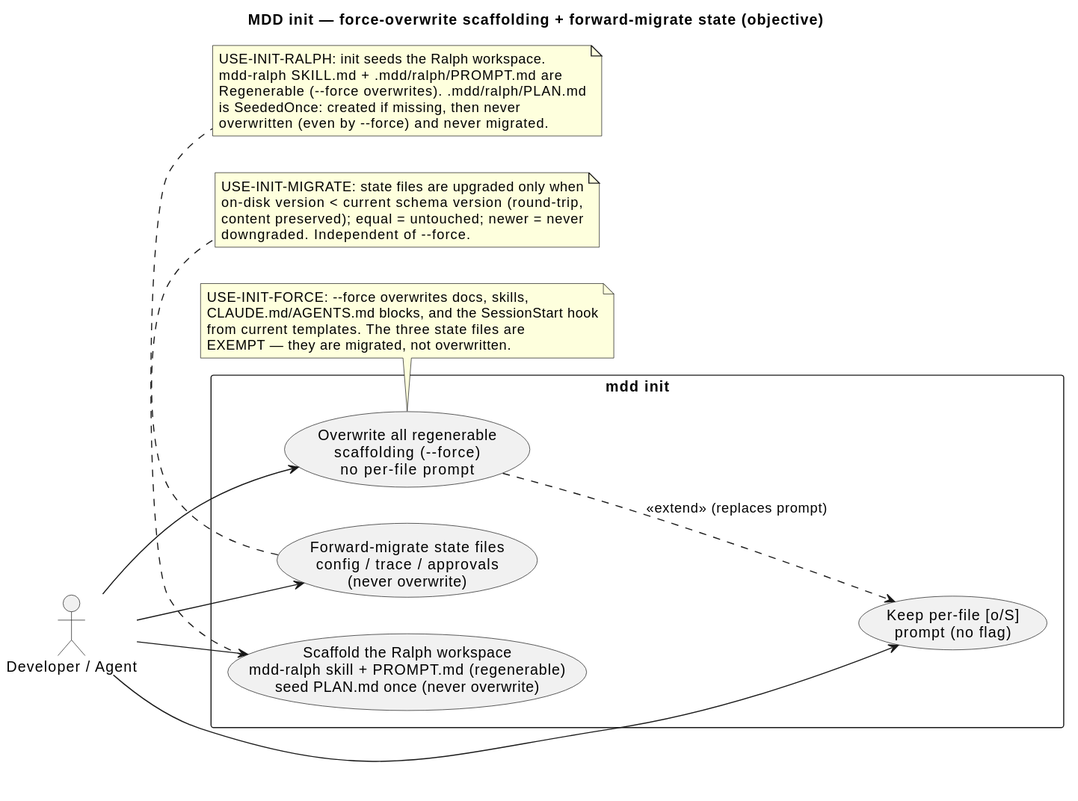
Above: .mdd/rendered/models/objective/use-cases/init-scaffold.svg in cthadeufaria/model-driven-development (PlantUML), before the change.
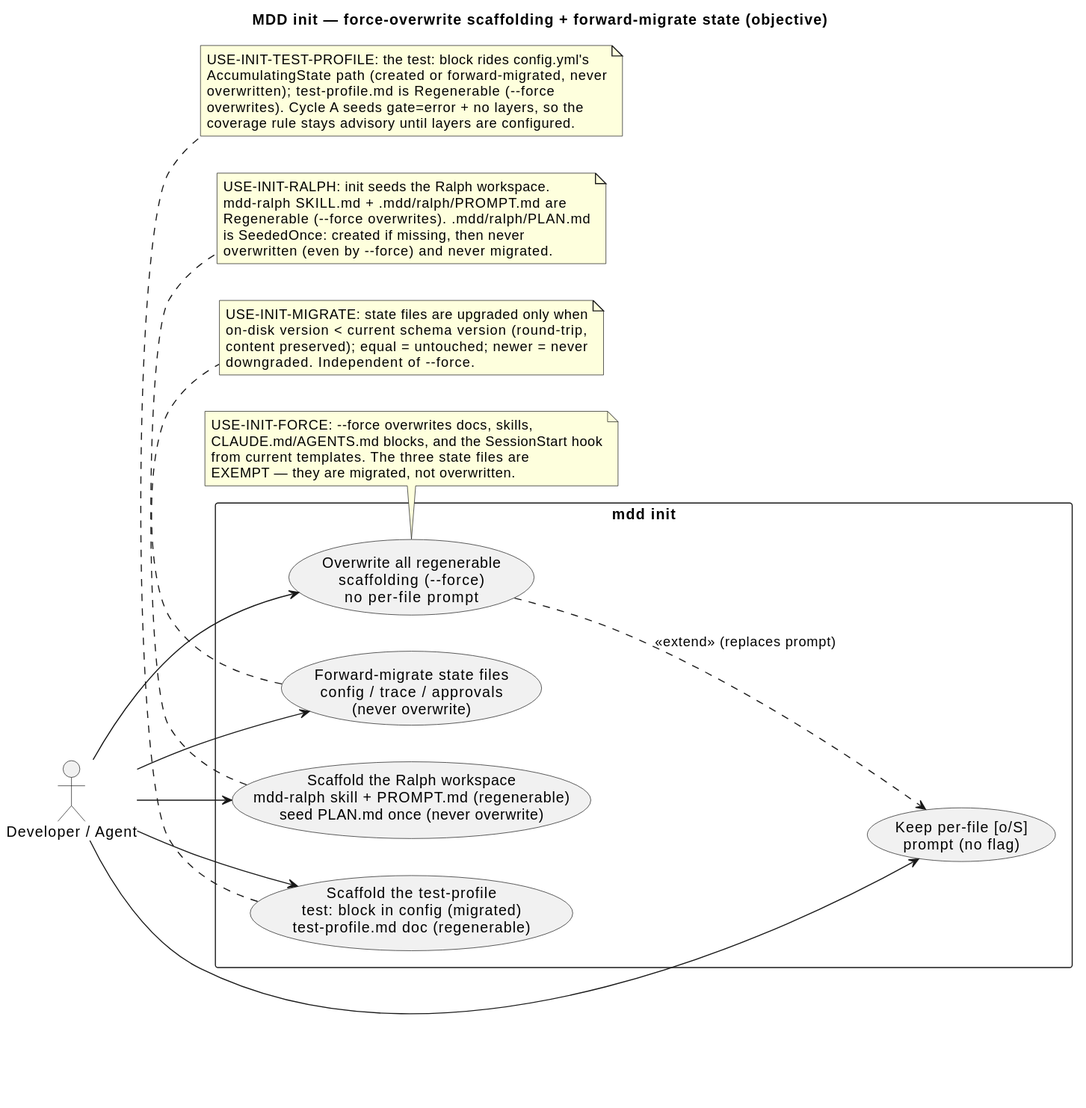
Above is the later version.

The edit, as a diff of the source:
```diff
@@ -10,12 +10,14 @@
   usecase "Keep per-file [o/S]\nprompt (no flag)" as Prompt
   usecase "Forward-migrate state files\nconfig / trace / approvals\n(never overwrite)" as Migrate
   usecase "Scaffold the Ralph workspace\nmdd-ralph skill + PROMPT.md (regenerable)\nseed PLAN.md once (never overwrite)" as Ralph
+  usecase "Scaffold the test-profile\ntest: block in config (migrated)\ntest-profile.md doc (regenerable)" as TestProfile
 }
 
 Dev --> Force
 Dev --> Prompt
 Dev --> Migrate
 Dev --> Ralph
+Dev --> TestProfile
 
 Force ..> Prompt : <<extend>> (replaces prompt)
 
@@ -40,4 +42,12 @@
   is SeededOnce: created if missing, then never
   overwritten (even by --force) and never migrated.
 end note
+
+note bottom of TestProfile
+  USE-INIT-TEST-PROFILE: the test: block rides config.yml's
+  AccumulatingState path (created or forward-migrated, never
+  overwritten); test-profile.md is Regenerable (--force
+  overwrites). Cycle A seeds gate=error + no layers, so the
+  coverage rule stays advisory until layers are configured.
+end note
 @enduml
```
